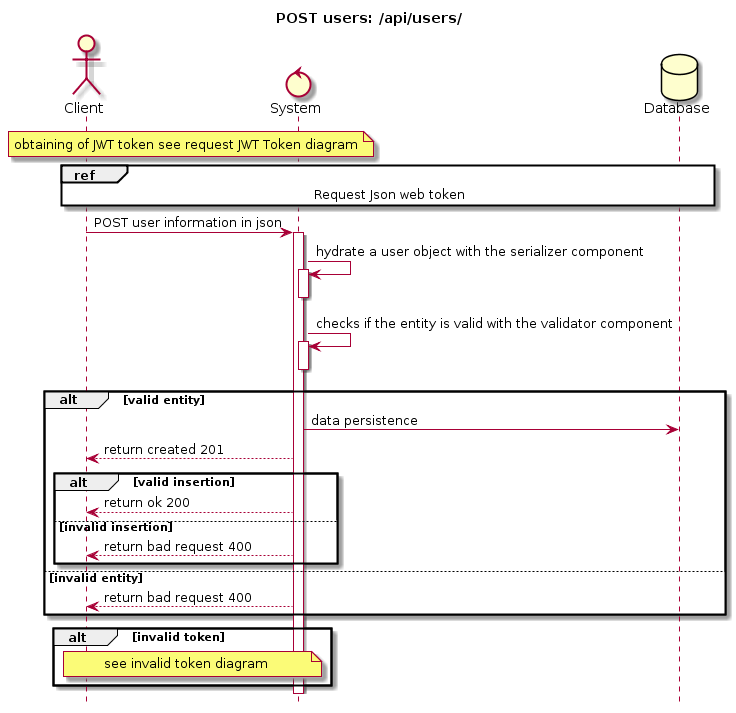
siggwer/Bilemo keeps this PlantUML diagram as docs/Uml/Diagram_sequences/Diagram_sequence_POST_user.png. Above is the earlier version. Its diagram source:
```plantuml
@startuml
hide footbox
title POST users: /api/users/
Actor Client
Control System
Database Database

note over Client, System
 obtaining of JWT token see request JWT Token diagram
end note

ref over Client, System, Database
    Request Json web token
end ref

Client -> System : POST user information in json
activate System

System -> System : hydrate a user object with the serializer component
activate System
deactivate System
System -> System : checks if the entity is valid with the validator component
activate System
deactivate System
alt valid entity
    System -> Database : data persistence
    System --> Client : return created 201
    alt valid insertion
    System --> Client : return ok 200
    else invalid insertion
        System --> Client : return bad request 400
    end
else invalid entity
    System --> Client : return bad request 400
end
alt invalid token
note over Client, System
    see invalid token diagram
end note
end
@enduml
```
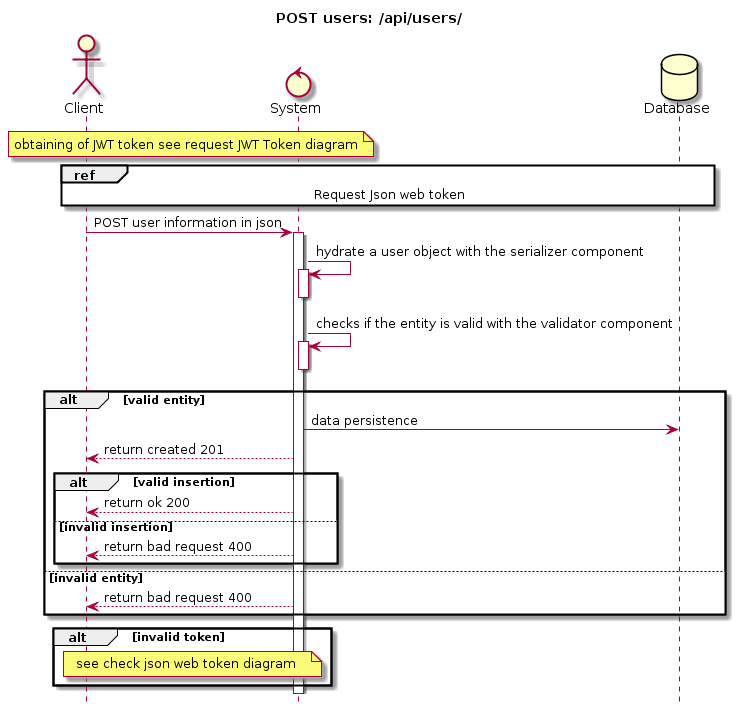
Later version of the same file.

Diff of the diagram source:
```diff
@@ -35,7 +35,7 @@
 end
 alt invalid token
 note over Client, System
-    see invalid token diagram
+    see check json web token diagram
 end note
 end
 @enduml
```
